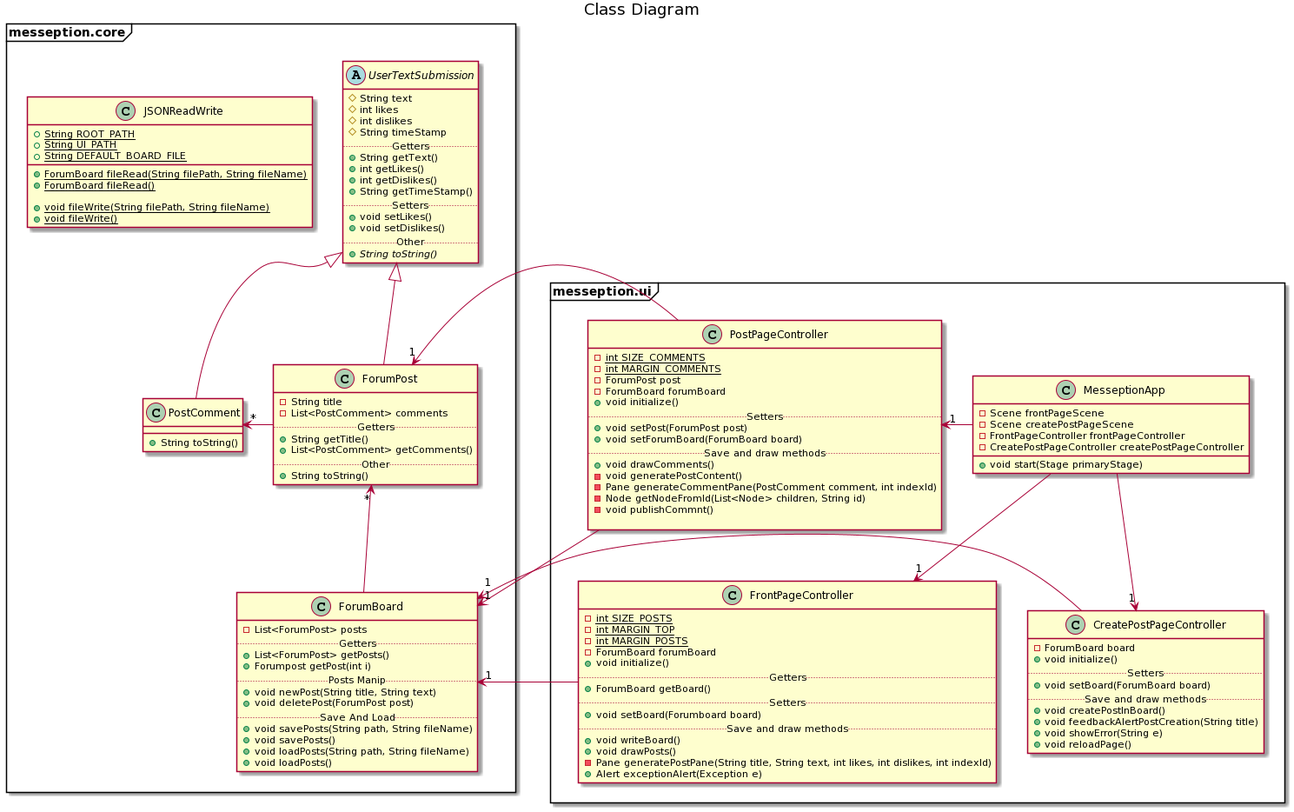
This is docs/images/release2/classDiagram_r2.png from stianjsu/messeption, a PlantUML export, as it was before one commit.
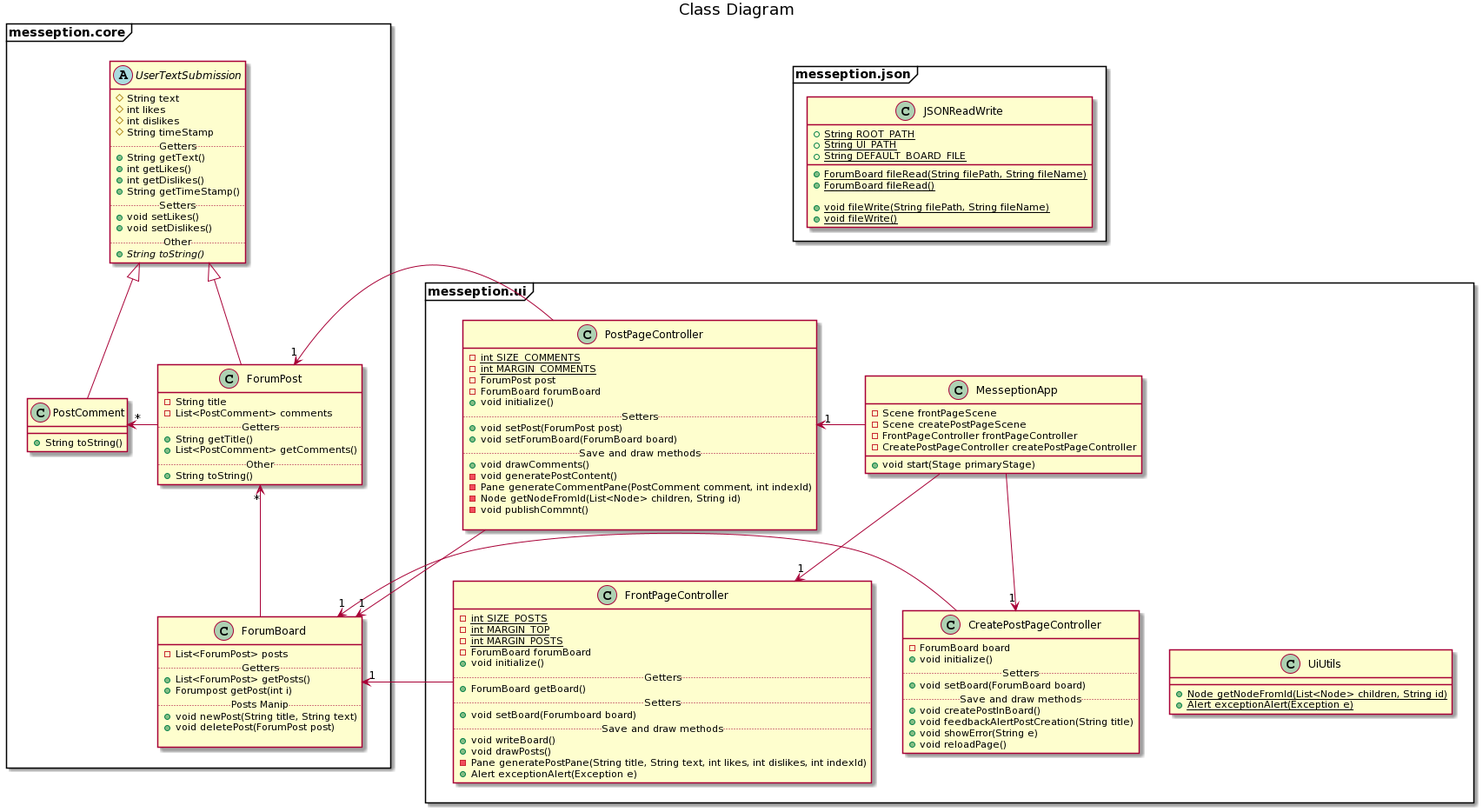
After the commit.

Commit message:
Updated classdiagram for release 2

Change to the diagram source:
```diff
@@ -26,11 +26,7 @@
         .. Posts Manip ..
         + void newPost(String title, String text)
         + void deletePost(ForumPost post)
-        .. Save And Load ..
-        + void savePosts(String path, String fileName)
-        + void savePosts()
-        + void loadPosts(String path, String fileName)
-        + void loadPosts()
+
     }
     class PostComment extends UserTextSubmission {
         + String toString()
@@ -44,6 +40,12 @@
         .. Other ..
         + String toString()
     }
+
+    ForumPost -left-> "*" PostComment
+    ForumPost "*" <-down- ForumBoard
+}
+
+package messeption.json <<Frame>> {
     class JSONReadWrite {
         + {static} String ROOT_PATH
         + {static} String UI_PATH
@@ -55,10 +57,6 @@
         + {static} void fileWrite(String filePath, String fileName)
         + {static} void fileWrite()
     }
-
-
-    ForumPost -left-> "*" PostComment
-    ForumPost "*" <-down- ForumBoard
 }
 
 package messeption.ui <<Frame>> {
@@ -114,6 +112,11 @@
 
     }
 
+    class UiUtils {
+        + {static} Node getNodeFromId(List<Node> children, String id)
+        + {static} Alert exceptionAlert(Exception e)
+    }
+
     MesseptionApp --> "1" FrontPageController
     MesseptionApp --> "1" CreatePostPageController
     MesseptionApp -left-> "1" PostPageController
@@ -121,6 +124,7 @@
     ForumBoard "1" <-- CreatePostPageController
     ForumBoard "1" <-left- FrontPageController
     ForumBoard "1" <-- PostPageController
+    MesseptionApp -[hidden]-> UiUtils
 }
 messeption.core -[hidden]-> messeption.ui
 @enduml
```
